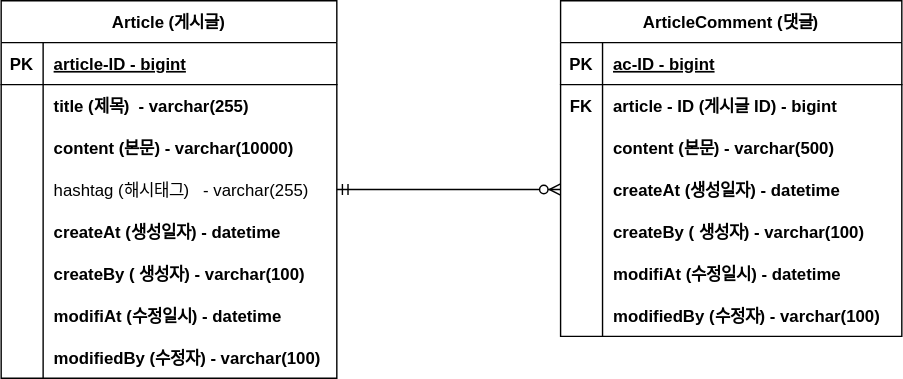
The draw.io diagram document/ERD.svg in opre0502/project-board, before a commit. Source tidied: cells renumbered, new cells last; positions are measured from the earlier drawing's top-left corner, leaving out a move shared by most shapes.
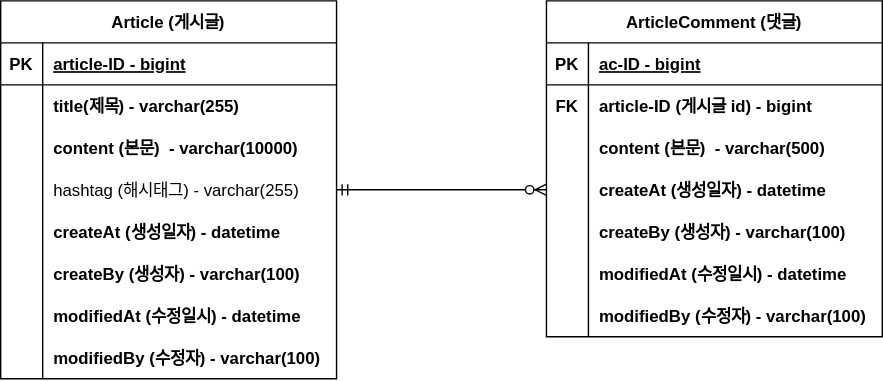
Later version of the same file.

Diff of the diagram source:
```diff
@@ -3,148 +3,148 @@
     <mxCell id="0" />
     <mxCell id="1" parent="0" />
     <mxCell id="2" value="Article (게시글)" style="shape=table;startSize=30;rowLines=0;fontStyle=1;align=center;" parent="1" vertex="1">
-      <mxGeometry width="240" height="270" as="geometry" />
+      <mxGeometry x="40" y="-130" width="240" height="270" as="geometry" />
     </mxCell>
-    <mxCell id="3" style="shape=tableRow;horizontal=0;startSize=0;swimlaneHead=0;swimlaneBody=0;fillColor=none;top=0;left=0;right=0;bottom=1;" parent="2" vertex="1">
-      <mxGeometry y="30" width="240" height="30" as="geometry" />
-    </mxCell>
-    <mxCell id="4" value="PK" style="shape=partialRectangle;fillColor=none;top=0;left=0;bottom=0;right=0;fontStyle=1;overflow=hidden;" parent="3" vertex="1">
-      <mxGeometry width="30" height="30" as="geometry" />
-    </mxCell>
+    <mxCell id="50" style="shape=tableRow;horizontal=0;startSize=0;swimlaneHead=0;swimlaneBody=0;fillColor=none;top=0;left=0;right=0;bottom=1;" parent="2" vertex="1">
+      <mxGeometry y="30" width="240" height="30" as="geometry" />
+    </mxCell>
+    <mxCell id="51" value="PK" style="shape=partialRectangle;fillColor=none;top=0;left=0;bottom=0;right=0;fontStyle=1;overflow=hidden;" parent="50" vertex="1">
+      <mxGeometry width="30" height="30" as="geometry" />
+    </mxCell>
-    <mxCell id="5" value="article-ID - bigint" style="shape=partialRectangle;fillColor=none;top=0;left=0;bottom=0;right=0;align=left;spacingLeft=6;fontStyle=5;overflow=hidden;" parent="3" vertex="1">
+    <mxCell id="5" value="article-ID - bigint" style="shape=partialRectangle;fillColor=none;top=0;left=0;bottom=0;right=0;align=left;spacingLeft=6;fontStyle=5;overflow=hidden;" parent="50" vertex="1">
       <mxGeometry x="30" width="210" height="30" as="geometry" />
     </mxCell>
-    <mxCell id="6" style="shape=tableRow;horizontal=0;startSize=0;swimlaneHead=0;swimlaneBody=0;fillColor=none;top=0;left=0;right=0;bottom=0;" parent="2" vertex="1">
-      <mxGeometry y="60" width="240" height="30" as="geometry" />
-    </mxCell>
-    <mxCell id="7" style="shape=partialRectangle;fillColor=none;top=0;left=0;bottom=0;right=0;overflow=hidden;" parent="6" vertex="1">
-      <mxGeometry width="30" height="30" as="geometry" />
-    </mxCell>
-    <mxCell id="8" value="title (제목)  - varchar(255)" style="shape=partialRectangle;fillColor=none;top=0;left=0;bottom=0;right=0;align=left;spacingLeft=6;overflow=hidden;fontStyle=1;" parent="6" vertex="1">
-      <mxGeometry x="30" width="210" height="30" as="geometry" />
-    </mxCell>
-    <mxCell id="9" style="shape=tableRow;horizontal=0;startSize=0;swimlaneHead=0;swimlaneBody=0;fillColor=none;top=0;left=0;right=0;bottom=0;" parent="2" vertex="1">
-      <mxGeometry y="90" width="240" height="30" as="geometry" />
-    </mxCell>
-    <mxCell id="10" style="shape=partialRectangle;fillColor=none;top=0;left=0;bottom=0;right=0;overflow=hidden;" parent="9" vertex="1">
-      <mxGeometry width="30" height="30" as="geometry" />
-    </mxCell>
+    <mxCell id="52" style="shape=tableRow;horizontal=0;startSize=0;swimlaneHead=0;swimlaneBody=0;fillColor=none;top=0;left=0;right=0;bottom=0;" parent="2" vertex="1">
+      <mxGeometry y="60" width="240" height="30" as="geometry" />
+    </mxCell>
+    <mxCell id="53" style="shape=partialRectangle;fillColor=none;top=0;left=0;bottom=0;right=0;overflow=hidden;" parent="52" vertex="1">
+      <mxGeometry width="30" height="30" as="geometry" />
+    </mxCell>
+    <mxCell id="54" value="title(제목) - varchar(255)" style="shape=partialRectangle;fillColor=none;top=0;left=0;bottom=0;right=0;align=left;spacingLeft=6;overflow=hidden;fontStyle=1;" parent="52" vertex="1">
+      <mxGeometry x="30" width="210" height="30" as="geometry" />
+    </mxCell>
+    <mxCell id="55" style="shape=tableRow;horizontal=0;startSize=0;swimlaneHead=0;swimlaneBody=0;fillColor=none;top=0;left=0;right=0;bottom=0;" parent="2" vertex="1">
+      <mxGeometry y="90" width="240" height="30" as="geometry" />
+    </mxCell>
+    <mxCell id="56" style="shape=partialRectangle;fillColor=none;top=0;left=0;bottom=0;right=0;overflow=hidden;" parent="55" vertex="1">
+      <mxGeometry width="30" height="30" as="geometry" />
+    </mxCell>
-    <mxCell id="11" value="content (본문) - varchar(10000)" style="shape=partialRectangle;fillColor=none;top=0;left=0;bottom=0;right=0;align=left;spacingLeft=6;overflow=hidden;fontStyle=1;" parent="9" vertex="1">
+    <mxCell id="11" value="content (본문)  - varchar(10000)" style="shape=partialRectangle;fillColor=none;top=0;left=0;bottom=0;right=0;align=left;spacingLeft=6;overflow=hidden;fontStyle=1;" parent="55" vertex="1">
       <mxGeometry x="30" width="210" height="30" as="geometry" />
     </mxCell>
-    <mxCell id="12" style="shape=tableRow;horizontal=0;startSize=0;swimlaneHead=0;swimlaneBody=0;fillColor=none;points=[[0,0.5],[1,0.5]];portConstraint=eastwest;top=0;left=0;right=0;bottom=0;" parent="2" vertex="1">
-      <mxGeometry y="120" width="240" height="30" as="geometry" />
-    </mxCell>
-    <mxCell id="13" style="shape=partialRectangle;fillColor=none;top=0;left=0;bottom=0;right=0;overflow=hidden;" parent="12" vertex="1">
-      <mxGeometry width="30" height="30" as="geometry" />
-    </mxCell>
+    <mxCell id="57" style="shape=tableRow;horizontal=0;startSize=0;swimlaneHead=0;swimlaneBody=0;fillColor=none;points=[[0,0.5],[1,0.5]];portConstraint=eastwest;top=0;left=0;right=0;bottom=0;" parent="2" vertex="1">
+      <mxGeometry y="120" width="240" height="30" as="geometry" />
+    </mxCell>
+    <mxCell id="58" style="shape=partialRectangle;fillColor=none;top=0;left=0;bottom=0;right=0;overflow=hidden;" parent="57" vertex="1">
+      <mxGeometry width="30" height="30" as="geometry" />
+    </mxCell>
-    <mxCell id="14" value="hashtag (해시태그)   - varchar(255)" style="shape=partialRectangle;fillColor=none;top=0;left=0;bottom=0;right=0;align=left;spacingLeft=6;overflow=hidden;" parent="12" vertex="1">
+    <mxCell id="14" value="hashtag (해시태그) - varchar(255)" style="shape=partialRectangle;fillColor=none;top=0;left=0;bottom=0;right=0;align=left;spacingLeft=6;overflow=hidden;fontStyle=0;" parent="57" vertex="1">
       <mxGeometry x="30" width="210" height="30" as="geometry" />
     </mxCell>
-    <mxCell id="15" style="shape=tableRow;horizontal=0;startSize=0;swimlaneHead=0;swimlaneBody=0;fillColor=none;top=0;left=0;right=0;bottom=0;" parent="2" vertex="1">
-      <mxGeometry y="150" width="240" height="30" as="geometry" />
-    </mxCell>
-    <mxCell id="16" style="shape=partialRectangle;fillColor=none;top=0;left=0;bottom=0;right=0;overflow=hidden;" parent="15" vertex="1">
-      <mxGeometry width="30" height="30" as="geometry" />
-    </mxCell>
-    <mxCell id="17" value="createAt (생성일자) - datetime" style="shape=partialRectangle;fillColor=none;top=0;left=0;bottom=0;right=0;align=left;spacingLeft=6;overflow=hidden;fontStyle=1;" parent="15" vertex="1">
-      <mxGeometry x="30" width="210" height="30" as="geometry" />
-    </mxCell>
-    <mxCell id="18" style="shape=tableRow;horizontal=0;startSize=0;swimlaneHead=0;swimlaneBody=0;fillColor=none;top=0;left=0;right=0;bottom=0;" parent="2" vertex="1">
-      <mxGeometry y="180" width="240" height="30" as="geometry" />
-    </mxCell>
-    <mxCell id="19" style="shape=partialRectangle;fillColor=none;top=0;left=0;bottom=0;right=0;overflow=hidden;" parent="18" vertex="1">
-      <mxGeometry width="30" height="30" as="geometry" />
-    </mxCell>
-    <mxCell id="20" value="createBy ( 생성자) - varchar(100)" style="shape=partialRectangle;fillColor=none;top=0;left=0;bottom=0;right=0;align=left;spacingLeft=6;overflow=hidden;fontStyle=1;" parent="18" vertex="1">
-      <mxGeometry x="30" width="210" height="30" as="geometry" />
-    </mxCell>
-    <mxCell id="21" style="shape=tableRow;horizontal=0;startSize=0;swimlaneHead=0;swimlaneBody=0;fillColor=none;top=0;left=0;right=0;bottom=0;" parent="2" vertex="1">
-      <mxGeometry y="210" width="240" height="30" as="geometry" />
-    </mxCell>
-    <mxCell id="22" style="shape=partialRectangle;fillColor=none;top=0;left=0;bottom=0;right=0;overflow=hidden;" parent="21" vertex="1">
-      <mxGeometry width="30" height="30" as="geometry" />
-    </mxCell>
-    <mxCell id="23" value="modifiAt (수정일시) - datetime" style="shape=partialRectangle;fillColor=none;top=0;left=0;bottom=0;right=0;align=left;spacingLeft=6;overflow=hidden;fontStyle=1;" parent="21" vertex="1">
-      <mxGeometry x="30" width="210" height="30" as="geometry" />
-    </mxCell>
+    <mxCell id="59" style="shape=tableRow;horizontal=0;startSize=0;swimlaneHead=0;swimlaneBody=0;fillColor=none;top=0;left=0;right=0;bottom=0;" parent="2" vertex="1">
+      <mxGeometry y="150" width="240" height="30" as="geometry" />
+    </mxCell>
+    <mxCell id="60" style="shape=partialRectangle;fillColor=none;top=0;left=0;bottom=0;right=0;overflow=hidden;" parent="59" vertex="1">
+      <mxGeometry width="30" height="30" as="geometry" />
+    </mxCell>
+    <mxCell id="61" value="createAt (생성일자) - datetime" style="shape=partialRectangle;fillColor=none;top=0;left=0;bottom=0;right=0;align=left;spacingLeft=6;overflow=hidden;fontStyle=1;" parent="59" vertex="1">
+      <mxGeometry x="30" width="210" height="30" as="geometry" />
+    </mxCell>
+    <mxCell id="62" style="shape=tableRow;horizontal=0;startSize=0;swimlaneHead=0;swimlaneBody=0;fillColor=none;top=0;left=0;right=0;bottom=0;" parent="2" vertex="1">
+      <mxGeometry y="180" width="240" height="30" as="geometry" />
+    </mxCell>
+    <mxCell id="63" style="shape=partialRectangle;fillColor=none;top=0;left=0;bottom=0;right=0;overflow=hidden;" parent="62" vertex="1">
+      <mxGeometry width="30" height="30" as="geometry" />
+    </mxCell>
+    <mxCell id="64" value="createBy (생성자) - varchar(100)" style="shape=partialRectangle;fillColor=none;top=0;left=0;bottom=0;right=0;align=left;spacingLeft=6;overflow=hidden;fontStyle=1;" parent="62" vertex="1">
+      <mxGeometry x="30" width="210" height="30" as="geometry" />
+    </mxCell>
+    <mxCell id="65" style="shape=tableRow;horizontal=0;startSize=0;swimlaneHead=0;swimlaneBody=0;fillColor=none;top=0;left=0;right=0;bottom=0;" parent="2" vertex="1">
+      <mxGeometry y="210" width="240" height="30" as="geometry" />
+    </mxCell>
+    <mxCell id="66" style="shape=partialRectangle;fillColor=none;top=0;left=0;bottom=0;right=0;overflow=hidden;" parent="65" vertex="1">
+      <mxGeometry width="30" height="30" as="geometry" />
+    </mxCell>
+    <mxCell id="67" value="modifiedAt (수정일시) - datetime" style="shape=partialRectangle;fillColor=none;top=0;left=0;bottom=0;right=0;align=left;spacingLeft=6;overflow=hidden;fontStyle=1;" parent="65" vertex="1">
+      <mxGeometry x="30" width="210" height="30" as="geometry" />
+    </mxCell>
     <mxCell id="24" style="shape=tableRow;horizontal=0;startSize=0;swimlaneHead=0;swimlaneBody=0;fillColor=none;top=0;left=0;right=0;bottom=0;" parent="2" vertex="1">
       <mxGeometry y="240" width="240" height="30" as="geometry" />
     </mxCell>
-    <mxCell id="25" style="shape=partialRectangle;fillColor=none;top=0;left=0;bottom=0;right=0;overflow=hidden;" parent="24" vertex="1">
-      <mxGeometry width="30" height="30" as="geometry" />
-    </mxCell>
-    <mxCell id="26" value="modifiedBy (수정자) - varchar(100)" style="shape=partialRectangle;fillColor=none;top=0;left=0;bottom=0;right=0;align=left;spacingLeft=6;overflow=hidden;fontStyle=1;" parent="24" vertex="1">
-      <mxGeometry x="30" width="210" height="30" as="geometry" />
-    </mxCell>
+    <mxCell id="68" style="shape=partialRectangle;fillColor=none;top=0;left=0;bottom=0;right=0;overflow=hidden;" parent="24" vertex="1">
+      <mxGeometry width="30" height="30" as="geometry" />
+    </mxCell>
+    <mxCell id="69" value="modifiedBy (수정자) - varchar(100)" style="shape=partialRectangle;fillColor=none;top=0;left=0;bottom=0;right=0;align=left;spacingLeft=6;overflow=hidden;fontStyle=1;" parent="24" vertex="1">
+      <mxGeometry x="30" width="210" height="30" as="geometry" />
+    </mxCell>
     <mxCell id="27" value="ArticleComment (댓글)" style="shape=table;startSize=30;rowLines=0;fontStyle=1;align=center;" parent="1" vertex="1">
-      <mxGeometry x="400" width="244" height="240" as="geometry" />
+      <mxGeometry x="430" y="-130" width="240" height="240" as="geometry" />
     </mxCell>
-    <mxCell id="28" style="shape=tableRow;horizontal=0;startSize=0;swimlaneHead=0;swimlaneBody=0;fillColor=none;top=0;left=0;right=0;bottom=1;" parent="27" vertex="1">
-      <mxGeometry y="30" width="244" height="30" as="geometry" />
-    </mxCell>
-    <mxCell id="29" value="PK" style="shape=partialRectangle;fillColor=none;top=0;left=0;bottom=0;right=0;fontStyle=1;overflow=hidden;" parent="28" vertex="1">
-      <mxGeometry width="30" height="30" as="geometry" />
-    </mxCell>
+    <mxCell id="70" style="shape=tableRow;horizontal=0;startSize=0;swimlaneHead=0;swimlaneBody=0;fillColor=none;top=0;left=0;right=0;bottom=1;" parent="27" vertex="1">
+      <mxGeometry y="30" width="240" height="30" as="geometry" />
+    </mxCell>
+    <mxCell id="71" value="PK" style="shape=partialRectangle;fillColor=none;top=0;left=0;bottom=0;right=0;fontStyle=1;overflow=hidden;" parent="70" vertex="1">
+      <mxGeometry width="30" height="30" as="geometry" />
+    </mxCell>
-    <mxCell id="30" value="ac-ID - bigint" style="shape=partialRectangle;fillColor=none;top=0;left=0;bottom=0;right=0;align=left;spacingLeft=6;fontStyle=5;overflow=hidden;" parent="28" vertex="1">
-      <mxGeometry x="30" width="214" height="30" as="geometry" />
+    <mxCell id="30" value="ac-ID - bigint" style="shape=partialRectangle;fillColor=none;top=0;left=0;bottom=0;right=0;align=left;spacingLeft=6;fontStyle=5;overflow=hidden;" parent="70" vertex="1">
+      <mxGeometry x="30" width="210" height="30" as="geometry" />
     </mxCell>
-    <mxCell id="31" style="shape=tableRow;horizontal=0;startSize=0;swimlaneHead=0;swimlaneBody=0;fillColor=none;top=0;left=0;right=0;bottom=0;" parent="27" vertex="1">
-      <mxGeometry y="60" width="244" height="30" as="geometry" />
-    </mxCell>
+    <mxCell id="72" style="shape=tableRow;horizontal=0;startSize=0;swimlaneHead=0;swimlaneBody=0;fillColor=none;top=0;left=0;right=0;bottom=0;" parent="27" vertex="1">
+      <mxGeometry y="60" width="240" height="30" as="geometry" />
+    </mxCell>
-    <mxCell id="32" value="FK" style="shape=partialRectangle;fillColor=none;top=0;left=0;bottom=0;right=0;overflow=hidden;fontStyle=1;" parent="31" vertex="1">
+    <mxCell id="32" value="FK" style="shape=partialRectangle;fillColor=none;top=0;left=0;bottom=0;right=0;overflow=hidden;fontStyle=1;" parent="72" vertex="1">
       <mxGeometry width="30" height="30" as="geometry" />
     </mxCell>
-    <mxCell id="33" value="article - ID (게시글 ID) - bigint" style="shape=partialRectangle;fillColor=none;top=0;left=0;bottom=0;right=0;align=left;spacingLeft=6;overflow=hidden;fontStyle=1;" parent="31" vertex="1">
-      <mxGeometry x="30" width="214" height="30" as="geometry" />
-    </mxCell>
-    <mxCell id="34" style="shape=tableRow;horizontal=0;startSize=0;swimlaneHead=0;swimlaneBody=0;fillColor=none;top=0;left=0;right=0;bottom=0;" parent="27" vertex="1">
-      <mxGeometry y="90" width="244" height="30" as="geometry" />
-    </mxCell>
-    <mxCell id="35" style="shape=partialRectangle;fillColor=none;top=0;left=0;bottom=0;right=0;overflow=hidden;" parent="34" vertex="1">
-      <mxGeometry width="30" height="30" as="geometry" />
-    </mxCell>
+    <mxCell id="73" value="article-ID (게시글 id) - bigint" style="shape=partialRectangle;fillColor=none;top=0;left=0;bottom=0;right=0;align=left;spacingLeft=6;overflow=hidden;fontStyle=1;" parent="72" vertex="1">
+      <mxGeometry x="30" width="210" height="30" as="geometry" />
+    </mxCell>
+    <mxCell id="74" style="shape=tableRow;horizontal=0;startSize=0;swimlaneHead=0;swimlaneBody=0;fillColor=none;top=0;left=0;right=0;bottom=0;" parent="27" vertex="1">
+      <mxGeometry y="90" width="240" height="30" as="geometry" />
+    </mxCell>
+    <mxCell id="75" style="shape=partialRectangle;fillColor=none;top=0;left=0;bottom=0;right=0;overflow=hidden;" parent="74" vertex="1">
+      <mxGeometry width="30" height="30" as="geometry" />
+    </mxCell>
-    <mxCell id="36" value="content (본문) - varchar(500)" style="shape=partialRectangle;fillColor=none;top=0;left=0;bottom=0;right=0;align=left;spacingLeft=6;overflow=hidden;fontStyle=1;" parent="34" vertex="1">
-      <mxGeometry x="30" width="214" height="30" as="geometry" />
+    <mxCell id="36" value="content (본문)  - varchar(500)" style="shape=partialRectangle;fillColor=none;top=0;left=0;bottom=0;right=0;align=left;spacingLeft=6;overflow=hidden;fontStyle=1;" parent="74" vertex="1">
+      <mxGeometry x="30" width="210" height="30" as="geometry" />
     </mxCell>
-    <mxCell id="37" style="shape=tableRow;horizontal=0;startSize=0;swimlaneHead=0;swimlaneBody=0;fillColor=none;points=[[0,0.5],[1,0.5]];portConstraint=eastwest;top=0;left=0;right=0;bottom=0;" parent="27" vertex="1">
-      <mxGeometry y="120" width="244" height="30" as="geometry" />
-    </mxCell>
-    <mxCell id="38" style="shape=partialRectangle;fillColor=none;top=0;left=0;bottom=0;right=0;overflow=hidden;" parent="37" vertex="1">
-      <mxGeometry width="30" height="30" as="geometry" />
-    </mxCell>
-    <mxCell id="39" value="createAt (생성일자) - datetime" style="shape=partialRectangle;fillColor=none;top=0;left=0;bottom=0;right=0;align=left;spacingLeft=6;overflow=hidden;fontStyle=1;" parent="37" vertex="1">
-      <mxGeometry x="30" width="214" height="30" as="geometry" />
-    </mxCell>
-    <mxCell id="40" style="shape=tableRow;horizontal=0;startSize=0;swimlaneHead=0;swimlaneBody=0;fillColor=none;top=0;left=0;right=0;bottom=0;" parent="27" vertex="1">
-      <mxGeometry y="150" width="244" height="30" as="geometry" />
-    </mxCell>
-    <mxCell id="41" style="shape=partialRectangle;fillColor=none;top=0;left=0;bottom=0;right=0;overflow=hidden;" parent="40" vertex="1">
-      <mxGeometry width="30" height="30" as="geometry" />
-    </mxCell>
-    <mxCell id="42" value="createBy ( 생성자) - varchar(100)" style="shape=partialRectangle;fillColor=none;top=0;left=0;bottom=0;right=0;align=left;spacingLeft=6;overflow=hidden;fontStyle=1;" parent="40" vertex="1">
-      <mxGeometry x="30" width="214" height="30" as="geometry" />
-    </mxCell>
-    <mxCell id="43" style="shape=tableRow;horizontal=0;startSize=0;swimlaneHead=0;swimlaneBody=0;fillColor=none;top=0;left=0;right=0;bottom=0;" parent="27" vertex="1">
-      <mxGeometry y="180" width="244" height="30" as="geometry" />
-    </mxCell>
-    <mxCell id="44" style="shape=partialRectangle;fillColor=none;top=0;left=0;bottom=0;right=0;overflow=hidden;" parent="43" vertex="1">
-      <mxGeometry width="30" height="30" as="geometry" />
-    </mxCell>
-    <mxCell id="45" value="modifiAt (수정일시) - datetime" style="shape=partialRectangle;fillColor=none;top=0;left=0;bottom=0;right=0;align=left;spacingLeft=6;overflow=hidden;fontStyle=1;" parent="43" vertex="1">
-      <mxGeometry x="30" width="214" height="30" as="geometry" />
-    </mxCell>
-    <mxCell id="46" style="shape=tableRow;horizontal=0;startSize=0;swimlaneHead=0;swimlaneBody=0;fillColor=none;top=0;left=0;right=0;bottom=0;" parent="27" vertex="1">
-      <mxGeometry y="210" width="244" height="30" as="geometry" />
-    </mxCell>
-    <mxCell id="47" style="shape=partialRectangle;fillColor=none;top=0;left=0;bottom=0;right=0;overflow=hidden;" parent="46" vertex="1">
-      <mxGeometry width="30" height="30" as="geometry" />
-    </mxCell>
-    <mxCell id="48" value="modifiedBy (수정자) - varchar(100)" style="shape=partialRectangle;fillColor=none;top=0;left=0;bottom=0;right=0;align=left;spacingLeft=6;overflow=hidden;fontStyle=1;" parent="46" vertex="1">
-      <mxGeometry x="30" width="214" height="30" as="geometry" />
-    </mxCell>
-    <mxCell id="49" style="edgeStyle=entityRelationEdgeStyle;fontSize=12;html=1;endArrow=ERzeroToMany;startArrow=ERmandOne;rounded=0;exitX=1;exitY=0.5;exitDx=0;exitDy=0;entryX=0;entryY=0.5;entryDx=0;entryDy=0;" parent="1" edge="1" source="12" target="37">
-      <mxGeometry relative="1" as="geometry" />
-    </mxCell>
+    <mxCell id="76" style="shape=tableRow;horizontal=0;startSize=0;swimlaneHead=0;swimlaneBody=0;fillColor=none;points=[[0,0.5],[1,0.5]];portConstraint=eastwest;top=0;left=0;right=0;bottom=0;" parent="27" vertex="1">
+      <mxGeometry y="120" width="240" height="30" as="geometry" />
+    </mxCell>
+    <mxCell id="77" style="shape=partialRectangle;fillColor=none;top=0;left=0;bottom=0;right=0;overflow=hidden;" parent="76" vertex="1">
+      <mxGeometry width="30" height="30" as="geometry" />
+    </mxCell>
+    <mxCell id="78" value="createAt (생성일자) - datetime" style="shape=partialRectangle;fillColor=none;top=0;left=0;bottom=0;right=0;align=left;spacingLeft=6;overflow=hidden;fontStyle=1;" parent="76" vertex="1">
+      <mxGeometry x="30" width="210" height="30" as="geometry" />
+    </mxCell>
+    <mxCell id="79" style="shape=tableRow;horizontal=0;startSize=0;swimlaneHead=0;swimlaneBody=0;fillColor=none;top=0;left=0;right=0;bottom=0;" parent="27" vertex="1">
+      <mxGeometry y="150" width="240" height="30" as="geometry" />
+    </mxCell>
+    <mxCell id="80" style="shape=partialRectangle;fillColor=none;top=0;left=0;bottom=0;right=0;overflow=hidden;" parent="79" vertex="1">
+      <mxGeometry width="30" height="30" as="geometry" />
+    </mxCell>
+    <mxCell id="81" value="createBy (생성자) - varchar(100)" style="shape=partialRectangle;fillColor=none;top=0;left=0;bottom=0;right=0;align=left;spacingLeft=6;overflow=hidden;fontStyle=1;" parent="79" vertex="1">
+      <mxGeometry x="30" width="210" height="30" as="geometry" />
+    </mxCell>
+    <mxCell id="82" style="shape=tableRow;horizontal=0;startSize=0;swimlaneHead=0;swimlaneBody=0;fillColor=none;top=0;left=0;right=0;bottom=0;" parent="27" vertex="1">
+      <mxGeometry y="180" width="240" height="30" as="geometry" />
+    </mxCell>
+    <mxCell id="83" style="shape=partialRectangle;fillColor=none;top=0;left=0;bottom=0;right=0;overflow=hidden;" parent="82" vertex="1">
+      <mxGeometry width="30" height="30" as="geometry" />
+    </mxCell>
+    <mxCell id="84" value="modifiedAt (수정일시) - datetime" style="shape=partialRectangle;fillColor=none;top=0;left=0;bottom=0;right=0;align=left;spacingLeft=6;overflow=hidden;fontStyle=1;" parent="82" vertex="1">
+      <mxGeometry x="30" width="210" height="30" as="geometry" />
+    </mxCell>
+    <mxCell id="85" style="shape=tableRow;horizontal=0;startSize=0;swimlaneHead=0;swimlaneBody=0;fillColor=none;top=0;left=0;right=0;bottom=0;" parent="27" vertex="1">
+      <mxGeometry y="210" width="240" height="30" as="geometry" />
+    </mxCell>
+    <mxCell id="86" style="shape=partialRectangle;fillColor=none;top=0;left=0;bottom=0;right=0;overflow=hidden;" parent="85" vertex="1">
+      <mxGeometry width="30" height="30" as="geometry" />
+    </mxCell>
+    <mxCell id="87" value="modifiedBy (수정자) - varchar(100)" style="shape=partialRectangle;fillColor=none;top=0;left=0;bottom=0;right=0;align=left;spacingLeft=6;overflow=hidden;fontStyle=1;" parent="85" vertex="1">
+      <mxGeometry x="30" width="210" height="30" as="geometry" />
+    </mxCell>
+    <mxCell id="88" style="edgeStyle=entityRelationEdgeStyle;fontSize=12;html=1;endArrow=ERzeroToMany;startArrow=ERmandOne;rounded=0;exitX=1;exitY=0.5;exitDx=0;exitDy=0;entryX=0;entryY=0.5;entryDx=0;entryDy=0;" parent="1" edge="1" source="57" target="76">
+      <mxGeometry relative="1" as="geometry" />
+    </mxCell>
   </root>
 </mxGraphModel>
```
